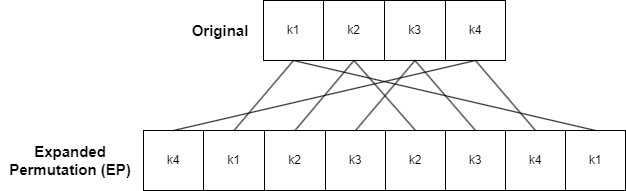
Earlier version of the draw.io export public/img/simpleDesPage/EP.png (hejzlzd1/EducrypterUHK). Source tidied: cells renumbered, new cells last; positions are measured from the earlier drawing's top-left corner, leaving out a move shared by most shapes. The source it was exported from:
```xml
<mxGraphModel>
  <root>
    <mxCell id="0" />
    <mxCell id="1" parent="0" />
    <mxCell id="2" style="swimlane;startSize=0;" parent="1" vertex="1">
      <mxGeometry x="263" width="241" height="60" as="geometry" />
    </mxCell>
    <mxCell id="3" value="k1" style="rounded=0;whiteSpace=wrap;html=1;" parent="2" vertex="1">
      <mxGeometry width="60" height="60" as="geometry" />
    </mxCell>
    <mxCell id="4" value="k2" style="rounded=0;whiteSpace=wrap;html=1;" parent="2" vertex="1">
      <mxGeometry x="60" width="61" height="60" as="geometry" />
    </mxCell>
    <mxCell id="5" value="k3" style="rounded=0;whiteSpace=wrap;html=1;" parent="2" vertex="1">
      <mxGeometry x="121" width="61" height="60" as="geometry" />
    </mxCell>
    <mxCell id="6" value="k4" style="rounded=0;whiteSpace=wrap;html=1;" parent="2" vertex="1">
      <mxGeometry x="182" width="60" height="60" as="geometry" />
    </mxCell>
    <mxCell id="7" style="swimlane;startSize=0;" parent="1" vertex="1">
      <mxGeometry x="143" y="130" width="481" height="60" as="geometry" />
    </mxCell>
    <mxCell id="8" value="k4" style="rounded=0;whiteSpace=wrap;html=1;" parent="7" vertex="1">
      <mxGeometry width="60" height="60" as="geometry" />
    </mxCell>
    <mxCell id="9" value="k1" style="rounded=0;whiteSpace=wrap;html=1;" parent="7" vertex="1">
      <mxGeometry x="60" width="61" height="60" as="geometry" />
    </mxCell>
    <mxCell id="10" value="k2" style="rounded=0;whiteSpace=wrap;html=1;" parent="7" vertex="1">
      <mxGeometry x="121" width="61" height="60" as="geometry" />
    </mxCell>
    <mxCell id="11" value="k3" style="rounded=0;whiteSpace=wrap;html=1;" parent="7" vertex="1">
      <mxGeometry x="182" width="60" height="60" as="geometry" />
    </mxCell>
    <mxCell id="12" value="k2" style="rounded=0;whiteSpace=wrap;html=1;" parent="7" vertex="1">
      <mxGeometry x="242" width="60" height="60" as="geometry" />
    </mxCell>
    <mxCell id="13" value="k3" style="rounded=0;whiteSpace=wrap;html=1;" parent="7" vertex="1">
      <mxGeometry x="302" width="60" height="60" as="geometry" />
    </mxCell>
    <mxCell id="14" value="k4" style="rounded=0;whiteSpace=wrap;html=1;" parent="7" vertex="1">
      <mxGeometry x="362" width="60" height="60" as="geometry" />
    </mxCell>
    <mxCell id="15" value="k1" style="rounded=0;whiteSpace=wrap;html=1;" parent="7" vertex="1">
      <mxGeometry x="422" width="60" height="60" as="geometry" />
    </mxCell>
    <mxCell id="16" value="&lt;font style=&quot;font-size: 15px;&quot;&gt;&lt;b&gt;Expanded Permutation (EP)&lt;/b&gt;&lt;/font&gt;" style="text;html=1;strokeColor=none;fillColor=none;align=center;verticalAlign=middle;whiteSpace=wrap;rounded=0;" parent="1" vertex="1">
      <mxGeometry y="130" width="140" height="60" as="geometry" />
    </mxCell>
    <mxCell id="17" value="&lt;font style=&quot;font-size: 15px;&quot;&gt;&lt;b&gt;Original&lt;/b&gt;&lt;/font&gt;" style="text;html=1;strokeColor=none;fillColor=none;align=center;verticalAlign=middle;whiteSpace=wrap;rounded=0;" parent="1" vertex="1">
      <mxGeometry x="190" y="15" width="60" height="30" as="geometry" />
    </mxCell>
    <mxCell id="18" style="rounded=0;jettySize=auto;html=1;exitX=0.5;exitY=1;exitDx=0;exitDy=0;entryX=0.5;entryY=0;entryDx=0;entryDy=0;endArrow=none;endFill=0;" parent="1" edge="1" source="3" target="9">
      <mxGeometry relative="1" as="geometry" />
    </mxCell>
    <mxCell id="19" style="rounded=0;jettySize=auto;html=1;exitX=0.5;exitY=1;exitDx=0;exitDy=0;entryX=0.5;entryY=0;entryDx=0;entryDy=0;endArrow=none;endFill=0;" parent="1" edge="1" source="3" target="15">
      <mxGeometry relative="1" as="geometry" />
    </mxCell>
    <mxCell id="20" style="rounded=0;jettySize=auto;html=1;exitX=0.5;exitY=1;exitDx=0;exitDy=0;entryX=0.5;entryY=0;entryDx=0;entryDy=0;endArrow=none;endFill=0;" parent="1" edge="1" source="4" target="10">
      <mxGeometry relative="1" as="geometry" />
    </mxCell>
    <mxCell id="21" style="rounded=0;jettySize=auto;html=1;exitX=0.5;exitY=1;exitDx=0;exitDy=0;entryX=0.5;entryY=0;entryDx=0;entryDy=0;endArrow=none;endFill=0;" parent="1" edge="1" source="4" target="12">
      <mxGeometry relative="1" as="geometry" />
    </mxCell>
    <mxCell id="22" style="rounded=0;jettySize=auto;html=1;exitX=0.5;exitY=1;exitDx=0;exitDy=0;entryX=0.5;entryY=0;entryDx=0;entryDy=0;endArrow=none;endFill=0;" parent="1" edge="1" source="5" target="11">
      <mxGeometry relative="1" as="geometry" />
    </mxCell>
    <mxCell id="23" style="rounded=0;jettySize=auto;html=1;exitX=0.5;exitY=1;exitDx=0;exitDy=0;entryX=0.5;entryY=0;entryDx=0;entryDy=0;endArrow=none;endFill=0;" parent="1" edge="1" source="5" target="13">
      <mxGeometry relative="1" as="geometry" />
    </mxCell>
    <mxCell id="24" style="rounded=0;jettySize=auto;html=1;exitX=0.5;exitY=1;exitDx=0;exitDy=0;entryX=0.5;entryY=0;entryDx=0;entryDy=0;endArrow=none;endFill=0;" parent="1" edge="1" source="6" target="14">
      <mxGeometry relative="1" as="geometry" />
    </mxCell>
    <mxCell id="25" style="rounded=0;jettySize=auto;html=1;exitX=0.5;exitY=1;exitDx=0;exitDy=0;entryX=0.5;entryY=0;entryDx=0;entryDy=0;endArrow=none;endFill=0;" parent="1" edge="1" source="6" target="8">
      <mxGeometry relative="1" as="geometry" />
    </mxCell>
  </root>
</mxGraphModel>
```
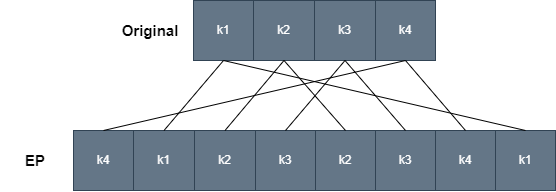
The same diagram one commit later.

Diff of the diagram source:
```diff
@@ -5,47 +5,47 @@
     <mxCell id="2" style="swimlane;startSize=0;" parent="1" vertex="1">
       <mxGeometry x="263" width="241" height="60" as="geometry" />
     </mxCell>
-    <mxCell id="3" value="k1" style="rounded=0;whiteSpace=wrap;html=1;" parent="2" vertex="1">
+    <mxCell id="3" value="k1" style="rounded=0;whiteSpace=wrap;html=1;fillColor=#647687;fontColor=#ffffff;strokeColor=#314354;" parent="2" vertex="1">
       <mxGeometry width="60" height="60" as="geometry" />
     </mxCell>
-    <mxCell id="4" value="k2" style="rounded=0;whiteSpace=wrap;html=1;" parent="2" vertex="1">
+    <mxCell id="4" value="k2" style="rounded=0;whiteSpace=wrap;html=1;fillColor=#647687;fontColor=#ffffff;strokeColor=#314354;" parent="2" vertex="1">
       <mxGeometry x="60" width="61" height="60" as="geometry" />
     </mxCell>
-    <mxCell id="5" value="k3" style="rounded=0;whiteSpace=wrap;html=1;" parent="2" vertex="1">
+    <mxCell id="5" value="k3" style="rounded=0;whiteSpace=wrap;html=1;fillColor=#647687;fontColor=#ffffff;strokeColor=#314354;" parent="2" vertex="1">
       <mxGeometry x="121" width="61" height="60" as="geometry" />
     </mxCell>
-    <mxCell id="6" value="k4" style="rounded=0;whiteSpace=wrap;html=1;" parent="2" vertex="1">
+    <mxCell id="6" value="k4" style="rounded=0;whiteSpace=wrap;html=1;fillColor=#647687;fontColor=#ffffff;strokeColor=#314354;" parent="2" vertex="1">
       <mxGeometry x="182" width="60" height="60" as="geometry" />
     </mxCell>
     <mxCell id="7" style="swimlane;startSize=0;" parent="1" vertex="1">
       <mxGeometry x="143" y="130" width="481" height="60" as="geometry" />
     </mxCell>
-    <mxCell id="8" value="k4" style="rounded=0;whiteSpace=wrap;html=1;" parent="7" vertex="1">
+    <mxCell id="8" value="k4" style="rounded=0;whiteSpace=wrap;html=1;fillColor=#647687;fontColor=#ffffff;strokeColor=#314354;" parent="7" vertex="1">
       <mxGeometry width="60" height="60" as="geometry" />
     </mxCell>
-    <mxCell id="9" value="k1" style="rounded=0;whiteSpace=wrap;html=1;" parent="7" vertex="1">
+    <mxCell id="9" value="k1" style="rounded=0;whiteSpace=wrap;html=1;fillColor=#647687;fontColor=#ffffff;strokeColor=#314354;" parent="7" vertex="1">
       <mxGeometry x="60" width="61" height="60" as="geometry" />
     </mxCell>
-    <mxCell id="10" value="k2" style="rounded=0;whiteSpace=wrap;html=1;" parent="7" vertex="1">
+    <mxCell id="10" value="k2" style="rounded=0;whiteSpace=wrap;html=1;fillColor=#647687;fontColor=#ffffff;strokeColor=#314354;" parent="7" vertex="1">
       <mxGeometry x="121" width="61" height="60" as="geometry" />
     </mxCell>
-    <mxCell id="11" value="k3" style="rounded=0;whiteSpace=wrap;html=1;" parent="7" vertex="1">
+    <mxCell id="11" value="k3" style="rounded=0;whiteSpace=wrap;html=1;fillColor=#647687;fontColor=#ffffff;strokeColor=#314354;" parent="7" vertex="1">
       <mxGeometry x="182" width="60" height="60" as="geometry" />
     </mxCell>
-    <mxCell id="12" value="k2" style="rounded=0;whiteSpace=wrap;html=1;" parent="7" vertex="1">
+    <mxCell id="12" value="k2" style="rounded=0;whiteSpace=wrap;html=1;fillColor=#647687;fontColor=#ffffff;strokeColor=#314354;" parent="7" vertex="1">
       <mxGeometry x="242" width="60" height="60" as="geometry" />
     </mxCell>
-    <mxCell id="13" value="k3" style="rounded=0;whiteSpace=wrap;html=1;" parent="7" vertex="1">
+    <mxCell id="13" value="k3" style="rounded=0;whiteSpace=wrap;html=1;fillColor=#647687;fontColor=#ffffff;strokeColor=#314354;" parent="7" vertex="1">
       <mxGeometry x="302" width="60" height="60" as="geometry" />
     </mxCell>
-    <mxCell id="14" value="k4" style="rounded=0;whiteSpace=wrap;html=1;" parent="7" vertex="1">
+    <mxCell id="14" value="k4" style="rounded=0;whiteSpace=wrap;html=1;fillColor=#647687;fontColor=#ffffff;strokeColor=#314354;" parent="7" vertex="1">
       <mxGeometry x="362" width="60" height="60" as="geometry" />
     </mxCell>
-    <mxCell id="15" value="k1" style="rounded=0;whiteSpace=wrap;html=1;" parent="7" vertex="1">
+    <mxCell id="15" value="k1" style="rounded=0;whiteSpace=wrap;html=1;fillColor=#647687;fontColor=#ffffff;strokeColor=#314354;" parent="7" vertex="1">
       <mxGeometry x="422" width="60" height="60" as="geometry" />
     </mxCell>
-    <mxCell id="16" value="&lt;font style=&quot;font-size: 15px;&quot;&gt;&lt;b&gt;Expanded Permutation (EP)&lt;/b&gt;&lt;/font&gt;" style="text;html=1;strokeColor=none;fillColor=none;align=center;verticalAlign=middle;whiteSpace=wrap;rounded=0;" parent="1" vertex="1">
-      <mxGeometry y="130" width="140" height="60" as="geometry" />
+    <mxCell id="16" value="&lt;font style=&quot;font-size: 15px;&quot;&gt;&lt;b&gt;EP&lt;/b&gt;&lt;/font&gt;" style="text;html=1;strokeColor=none;fillColor=none;align=center;verticalAlign=middle;whiteSpace=wrap;rounded=0;" parent="1" vertex="1">
+      <mxGeometry x="70" y="130" width="70" height="60" as="geometry" />
     </mxCell>
     <mxCell id="17" value="&lt;font style=&quot;font-size: 15px;&quot;&gt;&lt;b&gt;Original&lt;/b&gt;&lt;/font&gt;" style="text;html=1;strokeColor=none;fillColor=none;align=center;verticalAlign=middle;whiteSpace=wrap;rounded=0;" parent="1" vertex="1">
       <mxGeometry x="190" y="15" width="60" height="30" as="geometry" />
```
